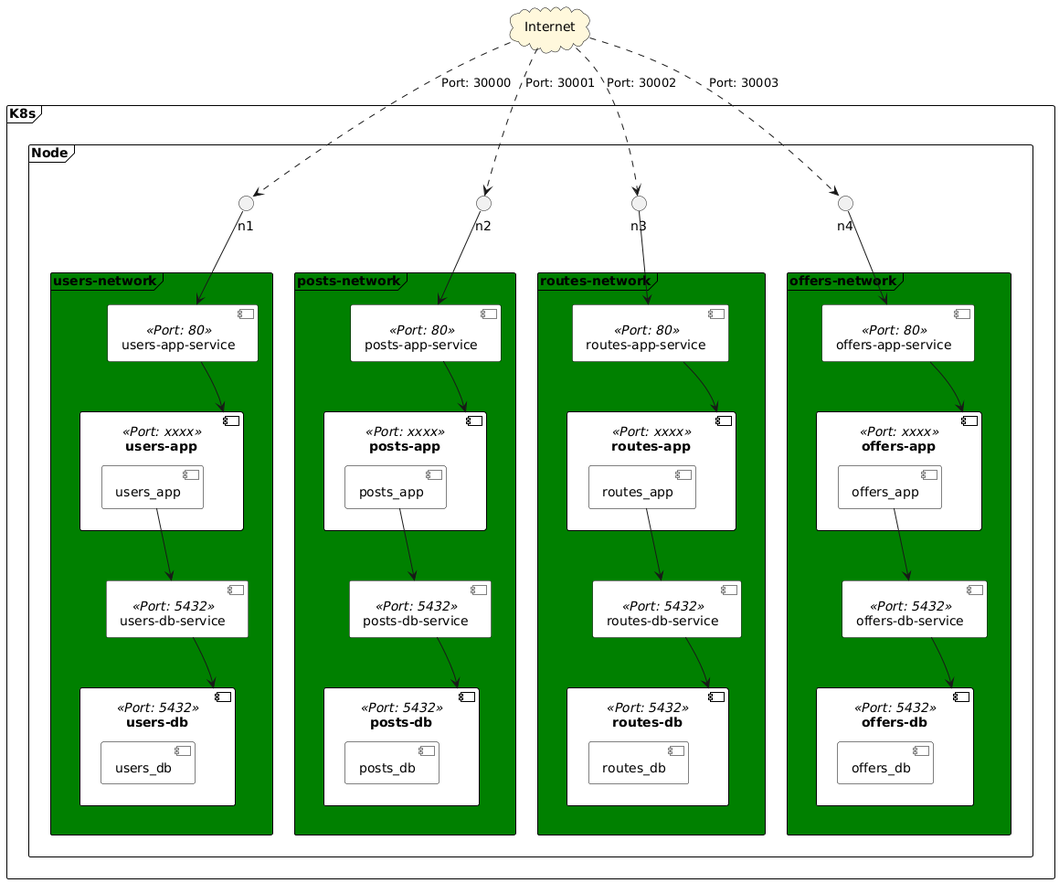
Earlier version of the PlantUML export docs/diagrams/networks.png (EstebanCardenas/MISW4301---Cloud-Native). Its source is kept beside it as docs/diagrams/networks.puml. Source of this version:
```plantuml
@startuml
skinparam shadowing false
skinparam rectangle {
    BackgroundColor White
    BorderColor Black
}
skinparam cloud {
    BackgroundColor #fff8dc
    BorderColor Black
}
skinparam frame {
    BackgroundColor White
    BorderColor Black
}
skinparam component {
    BackgroundColor White
    BorderColor Black
}

cloud "Internet" as internet

frame "K8s" {
    frame "Node" {
        internet ..> n1 : Port: 30000
        internet ..> n2 : Port: 30001
        internet ..> n3 : Port: 30002
        internet ..> n4 : Port: 30003

        frame "users-network" #Green {
            component "users-app-service" <<Port: 80>> as usersAppService

            component "users-app" <<Port: xxxx>> as usersAppPod {
              component "users_app" as usersApp
            }
            component "users-db-service" <<Port: 5432>> as usersDbService
            component "users-db" <<Port: 5432>> as usersDbPod {
                component "users_db" as usersDb
            }

            n1 --> usersAppService
            usersAppService --> usersAppPod
            usersApp --> usersDbService
            usersDbService --> usersDbPod
        }

        frame "posts-network" #Green {
            component "posts-app-service" <<Port: 80>> as postsAppService
            component "posts-app" <<Port: xxxx>> as postsAppPod {
                component "posts_app" as postsApp
            }
            component "posts-db-service" <<Port: 5432>> as postsDbService
            component "posts-db" <<Port: 5432>> as postsDbPod {
                component "posts_db" as postsDb
            }

            n2 --> postsAppService
            postsAppService --> postsAppPod
            postsApp --> postsDbService
            postsDbService --> postsDbPod
        }

        frame "routes-network" #Green {
            component "routes-app-service" <<Port: 80>> as routesAppService
            component "routes-app" <<Port: xxxx>> as routesAppPod {
                component "routes_app" as routesApp
            }
            component "routes-db-service" <<Port: 5432>> as routesDbService
            component "routes-db" <<Port: 5432>> as routesDbPod {
                component "routes_db" as routesDb
            }

            n3 --> routesAppService
            routesAppService --> routesAppPod
            routesApp --> routesDbService
            routesDbService --> routesDbPod
        }

        frame "offers-network" #Green {
            component "offers-app-service" <<Port: 80>> as offersAppService
            component "offers-app" <<Port: xxxx>> as offersAppPod {
                component "offers_app" as offersApp
            }
            component "offers-db-service" <<Port: 5432>> as offersDbService
            component "offers-db" <<Port: 5432>> as offersDbPod {
                component "offers_db" as offersDb
            }

            n4 --> offersAppService
            offersAppService --> offersAppPod
            offersApp --> offersDbService
            offersDbService --> offersDbPod
        }
    }
}
@enduml
```
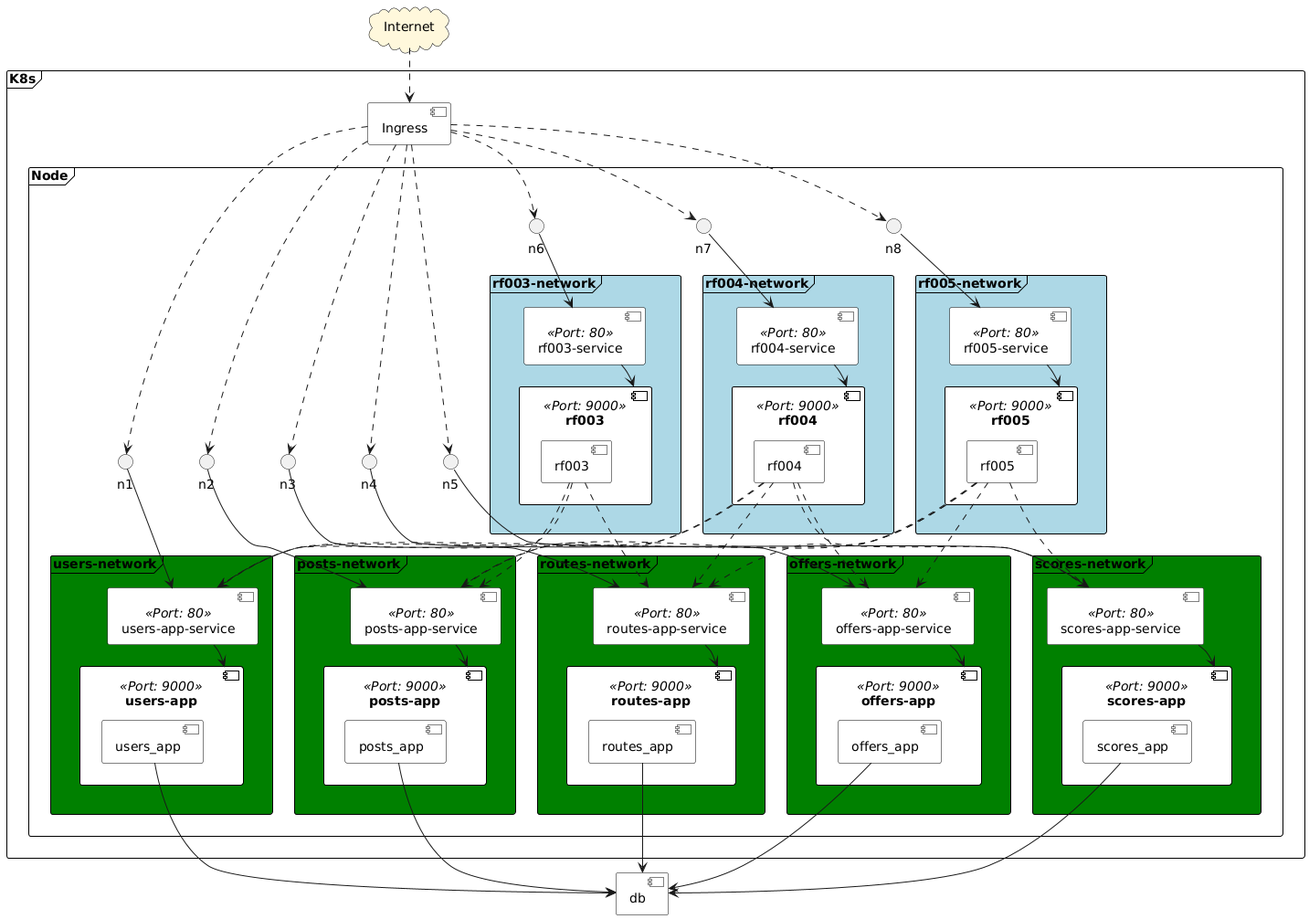
After the change.

Change to the diagram source:
```diff
@@ -20,76 +20,119 @@
 cloud "Internet" as internet
 
 frame "K8s" {
+    component "Ingress" as ingress
+    internet ..> ingress
+
     frame "Node" {
-        internet ..> n1 : Port: 30000
-        internet ..> n2 : Port: 30001
-        internet ..> n3 : Port: 30002
-        internet ..> n4 : Port: 30003
+        ingress ..> n1
+        ingress ..> n2
+        ingress ..> n3
+        ingress ..> n4
+        ingress ..> n5
+        ingress ..> n6
+        ingress ..> n7
+        ingress ..> n8
 
         frame "users-network" #Green {
             component "users-app-service" <<Port: 80>> as usersAppService
 
-            component "users-app" <<Port: xxxx>> as usersAppPod {
+            component "users-app" <<Port: 9000>> as usersAppPod {
               component "users_app" as usersApp
-            }
-            component "users-db-service" <<Port: 5432>> as usersDbService
-            component "users-db" <<Port: 5432>> as usersDbPod {
-                component "users_db" as usersDb
             }
 
             n1 --> usersAppService
             usersAppService --> usersAppPod
-            usersApp --> usersDbService
-            usersDbService --> usersDbPod
         }
 
         frame "posts-network" #Green {
             component "posts-app-service" <<Port: 80>> as postsAppService
-            component "posts-app" <<Port: xxxx>> as postsAppPod {
+            component "posts-app" <<Port: 9000>> as postsAppPod {
                 component "posts_app" as postsApp
-            }
-            component "posts-db-service" <<Port: 5432>> as postsDbService
-            component "posts-db" <<Port: 5432>> as postsDbPod {
-                component "posts_db" as postsDb
             }
 
             n2 --> postsAppService
             postsAppService --> postsAppPod
-            postsApp --> postsDbService
-            postsDbService --> postsDbPod
         }
 
         frame "routes-network" #Green {
             component "routes-app-service" <<Port: 80>> as routesAppService
-            component "routes-app" <<Port: xxxx>> as routesAppPod {
+            component "routes-app" <<Port: 9000>> as routesAppPod {
                 component "routes_app" as routesApp
-            }
-            component "routes-db-service" <<Port: 5432>> as routesDbService
-            component "routes-db" <<Port: 5432>> as routesDbPod {
-                component "routes_db" as routesDb
             }
 
             n3 --> routesAppService
             routesAppService --> routesAppPod
-            routesApp --> routesDbService
-            routesDbService --> routesDbPod
         }
 
         frame "offers-network" #Green {
             component "offers-app-service" <<Port: 80>> as offersAppService
-            component "offers-app" <<Port: xxxx>> as offersAppPod {
+            component "offers-app" <<Port: 9000>> as offersAppPod {
                 component "offers_app" as offersApp
             }
-            component "offers-db-service" <<Port: 5432>> as offersDbService
-            component "offers-db" <<Port: 5432>> as offersDbPod {
-                component "offers_db" as offersDb
-            }
-
             n4 --> offersAppService
             offersAppService --> offersAppPod
-            offersApp --> offersDbService
-            offersDbService --> offersDbPod
+        }
+
+        frame "scores-network" #Green {
+            component "scores-app-service" <<Port: 80>> as scoresAppService
+            component "scores-app" <<Port: 9000>> as scoresAppPod {
+                component "scores_app" as scoresApp
+            }
+            n5 --> scoresAppService
+            scoresAppService --> scoresAppPod
+        }
+
+        frame "rf003-network" #LightBlue {
+            component "rf003-service" <<Port: 80>> as rf003Service
+            component "rf003" <<Port: 9000>> as rf003Pod {
+                component "rf003" as rf003
+            }
+            n6 --> rf003Service
+            rf003Service --> rf003Pod
+
+            rf003 ..> usersAppService
+            rf003 ..> postsAppService
+            rf003 ..> routesAppService
+        }
+
+        frame "rf004-network" #LightBlue {
+            component "rf004-service" <<Port: 80>> as rf004Service
+            component "rf004" <<Port: 9000>> as rf004Pod {
+                component "rf004" as rf004
+            }
+            n7 --> rf004Service
+            rf004Service --> rf004Pod
+
+            rf004 ..> usersAppService
+            rf004 ..> postsAppService
+            rf004 ..> routesAppService
+            rf004 ..> offersAppService
+            rf004 ..> scoresAppService
+        }
+
+        frame "rf005-network" #LightBlue {
+            component "rf005-service" <<Port: 80>> as rf005Service
+            component "rf005" <<Port: 9000>> as rf005Pod {
+                component "rf005" as rf005
+            }
+            n8 --> rf005Service
+            rf005Service --> rf005Pod
+
+            rf005 ..> usersAppService
+            rf005 ..> postsAppService
+            rf005 ..> routesAppService
+            rf005 ..> offersAppService
+            rf005 ..> scoresAppService
         }
     }
 }
+
+component "db" as db
+
+offersApp --> db
+postsApp --> db
+usersApp --> db
+routesApp --> db
+scoresApp --> db
+
 @enduml
```
